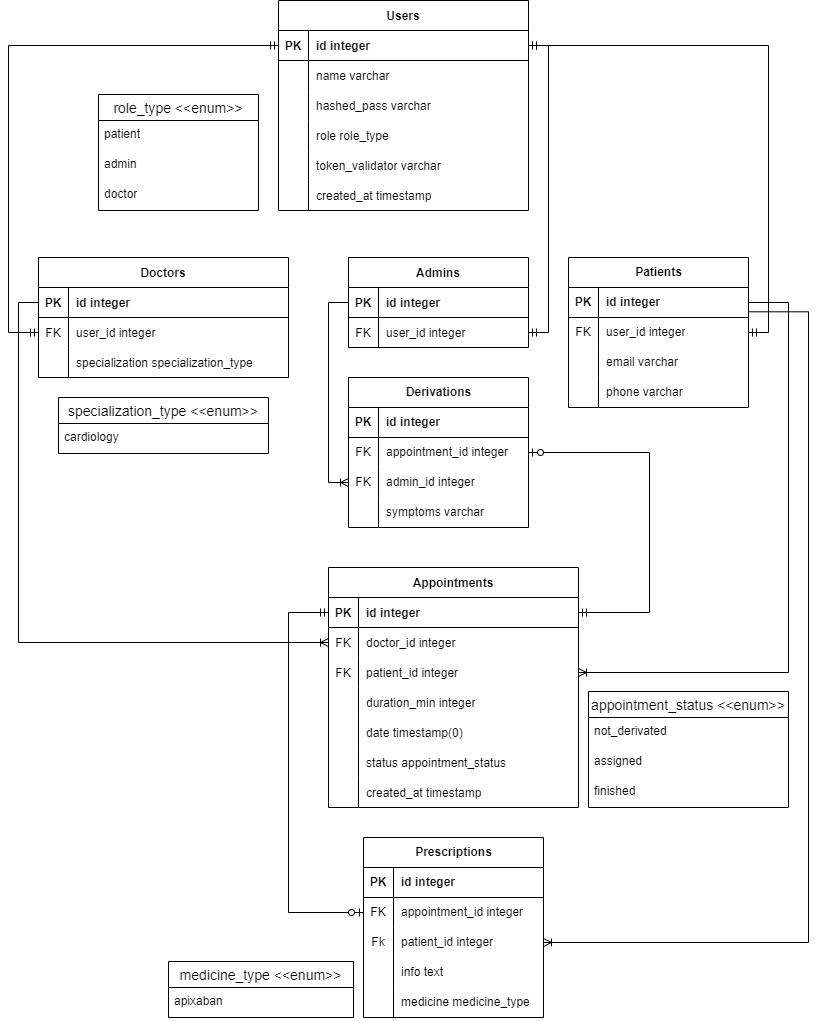
Above: hospital_dockerized/hospital/db_diagram.png in MelnikAndres/Solvd (draw.io), before the change. Source tidied: cells renumbered, new cells last; positions are measured from the earlier drawing's top-left corner, leaving out a move shared by most shapes.
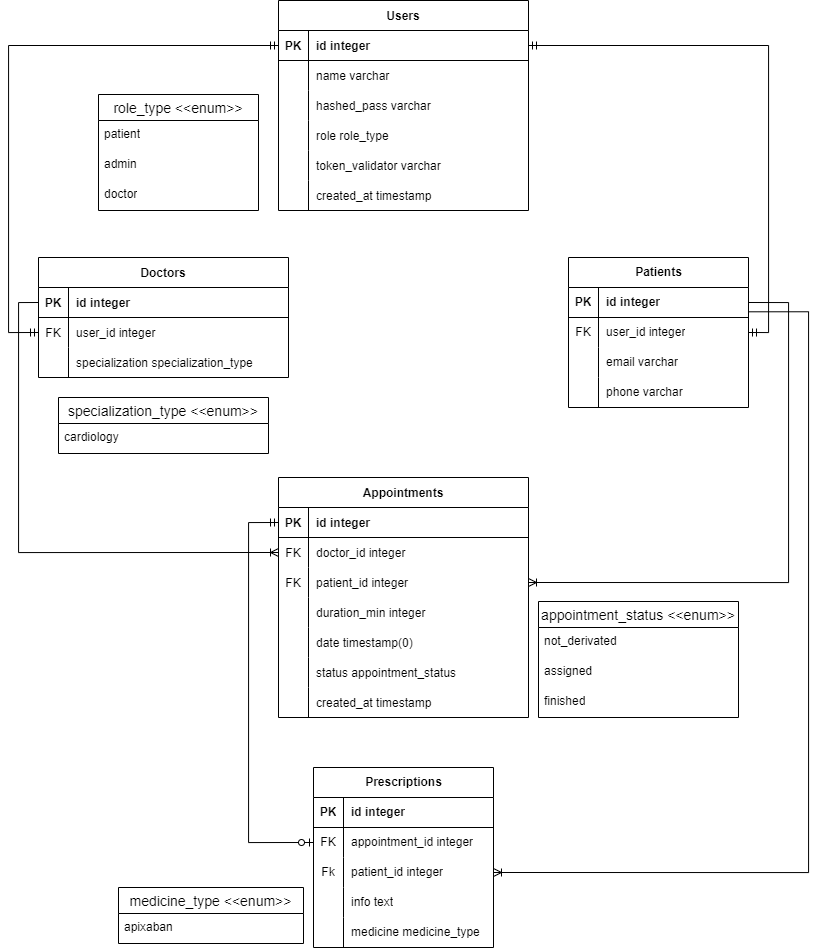
Later version of the same file.

Change to the diagram source:
```diff
@@ -59,7 +59,7 @@
       <mxGeometry y="26" width="210" height="30" as="geometry" />
     </mxCell>
     <mxCell id="19" value="Appointments" style="shape=table;startSize=30;rowLines=0;fontStyle=1;align=center;" parent="1" vertex="1">
-      <mxGeometry x="320" y="567" width="250" height="240" as="geometry" />
+      <mxGeometry x="270" y="477" width="250" height="240" as="geometry" />
     </mxCell>
     <mxCell id="20" style="shape=partialRectangle;fillColor=none;points=[[0,0.5],[1,0.5]];portConstraint=eastwest;top=0;left=0;right=0;bottom=1;perimeterSpacing=0;fontStyle=0;strokeColor=default;" parent="19" vertex="1">
       <mxGeometry y="30" width="250" height="30" as="geometry" />
@@ -124,37 +124,8 @@
     <mxCell id="40" value="created_at timestamp" style="shape=partialRectangle;overflow=hidden;fillColor=none;top=0;left=0;bottom=0;right=0;align=left;spacingLeft=6;" parent="38" vertex="1">
       <mxGeometry x="30" width="220" height="30" as="geometry" />
     </mxCell>
-    <mxCell id="41" value="Admins" style="shape=table;startSize=30;rowLines=0;fontStyle=1;align=center;" parent="1" vertex="1">
-      <mxGeometry x="340" y="257" width="180" height="90" as="geometry" />
-    </mxCell>
-    <mxCell id="42" style="shape=partialRectangle;fillColor=none;points=[[0,0.5],[1,0.5]];portConstraint=eastwest;top=0;left=0;right=0;bottom=1;fontStyle=0;" parent="41" vertex="1">
-      <mxGeometry y="30" width="180" height="30" as="geometry" />
-    </mxCell>
-    <mxCell id="43" value="PK" style="shape=partialRectangle;overflow=hidden;fillColor=none;top=0;left=0;bottom=0;right=0;fontStyle=1;" parent="42" vertex="1">
-      <mxGeometry width="30" height="30" as="geometry" />
-    </mxCell>
-    <mxCell id="44" value="id integer" style="shape=partialRectangle;overflow=hidden;fillColor=none;top=0;left=0;bottom=0;right=0;align=left;spacingLeft=6;fontStyle=1;" parent="42" vertex="1">
-      <mxGeometry x="30" width="150" height="30" as="geometry" />
-    </mxCell>
-    <mxCell id="45" style="shape=partialRectangle;fillColor=none;points=[[0,0.5],[1,0.5]];portConstraint=eastwest;top=0;left=0;right=0;bottom=0;" parent="41" vertex="1">
-      <mxGeometry y="60" width="180" height="30" as="geometry" />
-    </mxCell>
-    <mxCell id="46" value="FK" style="shape=partialRectangle;overflow=hidden;fillColor=none;top=0;left=0;bottom=0;right=0;" parent="45" vertex="1">
-      <mxGeometry width="30" height="30" as="geometry" />
-    </mxCell>
-    <mxCell id="47" value="user_id integer" style="shape=partialRectangle;overflow=hidden;fillColor=none;top=0;left=0;bottom=0;right=0;align=left;spacingLeft=6;" parent="45" vertex="1">
-      <mxGeometry x="30" width="150" height="30" as="geometry" />
-    </mxCell>
-    <mxCell id="48" style="edgeStyle=orthogonalEdgeStyle;fontSize=12;html=1;endArrow=ERmandOne;startArrow=ERmandOne;rounded=0;exitX=1;exitY=0.5;exitDx=0;exitDy=0;entryX=1;entryY=0.5;entryDx=0;entryDy=0;" parent="1" edge="1" source="85" target="45">
-      <mxGeometry relative="1" as="geometry">
-        <Array as="points">
-          <mxPoint x="540" y="45" />
-          <mxPoint x="540" y="332" />
-        </Array>
-      </mxGeometry>
-    </mxCell>
     <mxCell id="49" value="appointment_status &lt;&lt;enum&gt;&gt;" style="swimlane;fontStyle=0;horizontal=1;startSize=26;align=center;fontSize=14;" parent="1" vertex="1">
-      <mxGeometry x="580" y="691" width="200" height="116" as="geometry" />
+      <mxGeometry x="530" y="601" width="200" height="116" as="geometry" />
     </mxCell>
     <mxCell id="50" value="not_derivated" style="text;strokeColor=none;fillColor=none;spacingLeft=4;spacingRight=4;overflow=hidden;fontSize=12;whiteSpace=wrap;html=1;" parent="49" vertex="1">
       <mxGeometry y="26" width="200" height="30" as="geometry" />
@@ -216,7 +187,7 @@
       <mxGeometry relative="1" as="geometry">
         <Array as="points">
           <mxPoint x="10" y="302" />
-          <mxPoint x="10" y="642" />
+          <mxPoint x="10" y="552" />
         </Array>
       </mxGeometry>
     </mxCell>
@@ -224,65 +195,19 @@
       <mxGeometry relative="1" as="geometry">
         <Array as="points">
           <mxPoint x="780" y="302" />
-          <mxPoint x="780" y="672" />
+          <mxPoint x="780" y="582" />
         </Array>
       </mxGeometry>
     </mxCell>
-    <mxCell id="69" value="Derivations" style="shape=table;startSize=30;rowLines=0;fontStyle=1;align=center;html=1;" parent="1" vertex="1">
-      <mxGeometry x="340" y="377" width="180" height="150" as="geometry" />
-    </mxCell>
-    <mxCell id="70" style="shape=tableRow;horizontal=0;startSize=0;swimlaneHead=0;swimlaneBody=0;fillColor=none;top=0;left=0;right=0;bottom=1;" parent="69" vertex="1">
-      <mxGeometry y="30" width="180" height="30" as="geometry" />
-    </mxCell>
-    <mxCell id="71" value="PK" style="shape=partialRectangle;fillColor=none;top=0;left=0;bottom=0;right=0;fontStyle=1;overflow=hidden;whiteSpace=wrap;html=1;" parent="70" vertex="1">
-      <mxGeometry width="30" height="30" as="geometry" />
-    </mxCell>
-    <mxCell id="72" value="id integer" style="shape=partialRectangle;fillColor=none;top=0;left=0;bottom=0;right=0;align=left;spacingLeft=6;fontStyle=1;overflow=hidden;whiteSpace=wrap;html=1;" parent="70" vertex="1">
-      <mxGeometry x="30" width="150" height="30" as="geometry" />
-    </mxCell>
-    <mxCell id="73" style="shape=tableRow;horizontal=0;startSize=0;swimlaneHead=0;swimlaneBody=0;fillColor=none;points=[[0,0.5],[1,0.5]];portConstraint=eastwest;top=0;left=0;right=0;bottom=0;" parent="69" vertex="1">
-      <mxGeometry y="60" width="180" height="30" as="geometry" />
-    </mxCell>
-    <mxCell id="74" value="FK" style="shape=partialRectangle;fillColor=none;top=0;left=0;bottom=0;right=0;overflow=hidden;whiteSpace=wrap;html=1;" parent="73" vertex="1">
-      <mxGeometry width="30" height="30" as="geometry" />
-    </mxCell>
-    <mxCell id="75" value="appointment_id integer" style="shape=partialRectangle;fillColor=none;top=0;left=0;bottom=0;right=0;align=left;spacingLeft=6;overflow=hidden;whiteSpace=wrap;html=1;" parent="73" vertex="1">
-      <mxGeometry x="30" width="150" height="30" as="geometry" />
-    </mxCell>
-    <mxCell id="76" style="shape=tableRow;horizontal=0;startSize=0;swimlaneHead=0;swimlaneBody=0;fillColor=none;points=[[0,0.5],[1,0.5]];portConstraint=eastwest;top=0;left=0;right=0;bottom=0;" parent="69" vertex="1">
-      <mxGeometry y="90" width="180" height="30" as="geometry" />
-    </mxCell>
-    <mxCell id="77" value="FK" style="shape=partialRectangle;fillColor=none;top=0;left=0;bottom=0;right=0;overflow=hidden;whiteSpace=wrap;html=1;" parent="76" vertex="1">
-      <mxGeometry width="30" height="30" as="geometry" />
-    </mxCell>
-    <mxCell id="78" value="admin_id integer" style="shape=partialRectangle;fillColor=none;top=0;left=0;bottom=0;right=0;align=left;spacingLeft=6;overflow=hidden;whiteSpace=wrap;html=1;" parent="76" vertex="1">
-      <mxGeometry x="30" width="150" height="30" as="geometry" />
-    </mxCell>
-    <mxCell id="79" style="shape=tableRow;horizontal=0;startSize=0;swimlaneHead=0;swimlaneBody=0;fillColor=none;top=0;left=0;right=0;bottom=0;" parent="69" vertex="1">
-      <mxGeometry y="120" width="180" height="30" as="geometry" />
-    </mxCell>
-    <mxCell id="80" style="shape=partialRectangle;fillColor=none;top=0;left=0;bottom=0;right=0;overflow=hidden;whiteSpace=wrap;html=1;" parent="79" vertex="1">
-      <mxGeometry width="30" height="30" as="geometry" />
-    </mxCell>
-    <mxCell id="81" value="symptoms varchar" style="shape=partialRectangle;fillColor=none;top=0;left=0;bottom=0;right=0;align=left;spacingLeft=6;overflow=hidden;whiteSpace=wrap;html=1;" parent="79" vertex="1">
-      <mxGeometry x="30" width="150" height="30" as="geometry" />
-    </mxCell>
-    <mxCell id="82" style="edgeStyle=orthogonalEdgeStyle;fontSize=12;html=1;endArrow=ERoneToMany;rounded=0;entryX=0;entryY=0.5;entryDx=0;entryDy=0;exitX=0;exitY=0.5;exitDx=0;exitDy=0;" parent="1" edge="1" source="42" target="76">
+    <mxCell id="82" style="edgeStyle=orthogonalEdgeStyle;fontSize=12;html=1;endArrow=ERoneToMany;rounded=0;entryX=0;entryY=0.5;entryDx=0;entryDy=0;exitX=0;exitY=0.5;exitDx=0;exitDy=0;" parent="1" edge="1" target="x">
       <mxGeometry relative="1" as="geometry">
+        <mxPoint x="340" y="302" as="sourcePoint" />
         <Array as="points">
           <mxPoint x="320" y="302" />
           <mxPoint x="320" y="482" />
         </Array>
       </mxGeometry>
     </mxCell>
-    <mxCell id="83" style="edgeStyle=orthogonalEdgeStyle;fontSize=12;html=1;endArrow=ERzeroToOne;startArrow=ERmandOne;rounded=0;exitX=1;exitY=0.5;exitDx=0;exitDy=0;entryX=1;entryY=0.5;entryDx=0;entryDy=0;" parent="1" edge="1" source="20" target="73">
-      <mxGeometry relative="1" as="geometry">
-        <Array as="points">
-          <mxPoint x="641" y="612" />
-          <mxPoint x="641" y="452" />
-        </Array>
-      </mxGeometry>
-    </mxCell>
     <mxCell id="84" value="Users" style="shape=table;startSize=30;rowLines=0;fontStyle=1;align=center;" parent="1" vertex="1">
       <mxGeometry x="270" width="250" height="210" as="geometry" />
     </mxCell>
@@ -341,7 +266,7 @@
       <mxGeometry x="30" width="220" height="30" as="geometry" />
     </mxCell>
     <mxCell id="103" value="Prescriptions" style="shape=table;startSize=30;rowLines=0;fontStyle=1;align=center;html=1;" parent="1" vertex="1">
-      <mxGeometry x="355" y="837" width="180" height="180" as="geometry" />
+      <mxGeometry x="305" y="767" width="180" height="180" as="geometry" />
     </mxCell>
     <mxCell id="104" style="shape=tableRow;horizontal=0;startSize=0;swimlaneHead=0;swimlaneBody=0;fillColor=none;top=0;left=0;right=0;bottom=1;" parent="103" vertex="1">
       <mxGeometry y="30" width="180" height="30" as="geometry" />
@@ -391,8 +316,8 @@
     <mxCell id="119" style="edgeStyle=orthogonalEdgeStyle;fontSize=12;html=1;endArrow=ERzeroToOne;startArrow=ERmandOne;rounded=0;exitX=0;exitY=0.5;exitDx=0;exitDy=0;entryX=0;entryY=0.5;entryDx=0;entryDy=0;" parent="1" edge="1" source="20" target="107">
       <mxGeometry relative="1" as="geometry">
         <Array as="points">
-          <mxPoint x="280" y="612" />
-          <mxPoint x="280" y="912" />
+          <mxPoint x="240" y="522" />
+          <mxPoint x="240" y="842" />
         </Array>
       </mxGeometry>
     </mxCell>
@@ -400,12 +325,12 @@
       <mxGeometry relative="1" as="geometry">
         <Array as="points">
           <mxPoint x="800" y="311" />
-          <mxPoint x="800" y="942" />
+          <mxPoint x="800" y="872" />
         </Array>
       </mxGeometry>
     </mxCell>
     <mxCell id="121" value="medicine_type &lt;&lt;enum&gt;&gt;" style="swimlane;fontStyle=0;horizontal=1;startSize=26;align=center;fontSize=14;" parent="1" vertex="1">
-      <mxGeometry x="160" y="961" width="185" height="56" as="geometry" />
+      <mxGeometry x="110" y="887" width="185" height="56" as="geometry" />
     </mxCell>
     <mxCell id="122" value="apixaban&amp;nbsp;" style="text;strokeColor=none;fillColor=none;spacingLeft=4;spacingRight=4;overflow=hidden;fontSize=12;whiteSpace=wrap;html=1;" parent="121" vertex="1">
       <mxGeometry y="26" width="185" height="30" as="geometry" />
```
